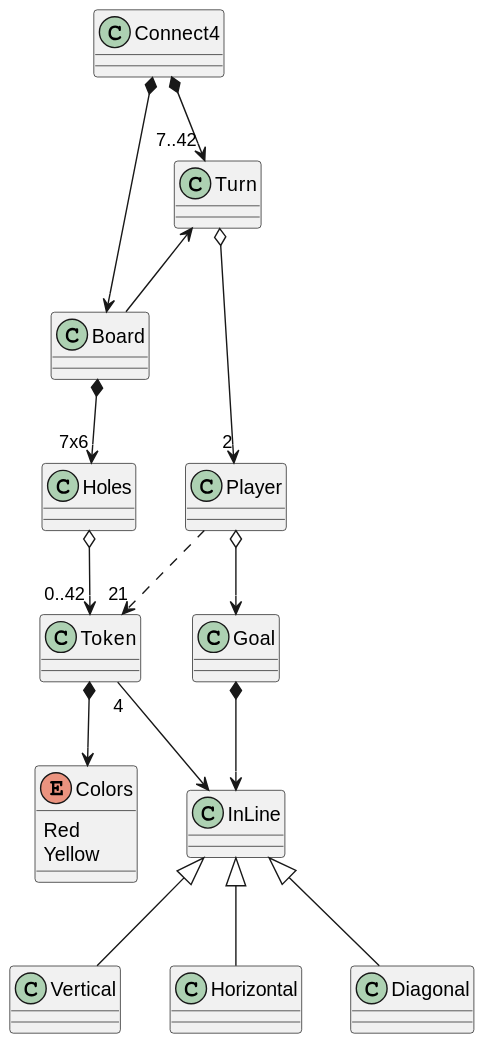
Above: out/UML/domainModel/domainModel.svg in jumpering/connect4 (PlantUML), before the change.
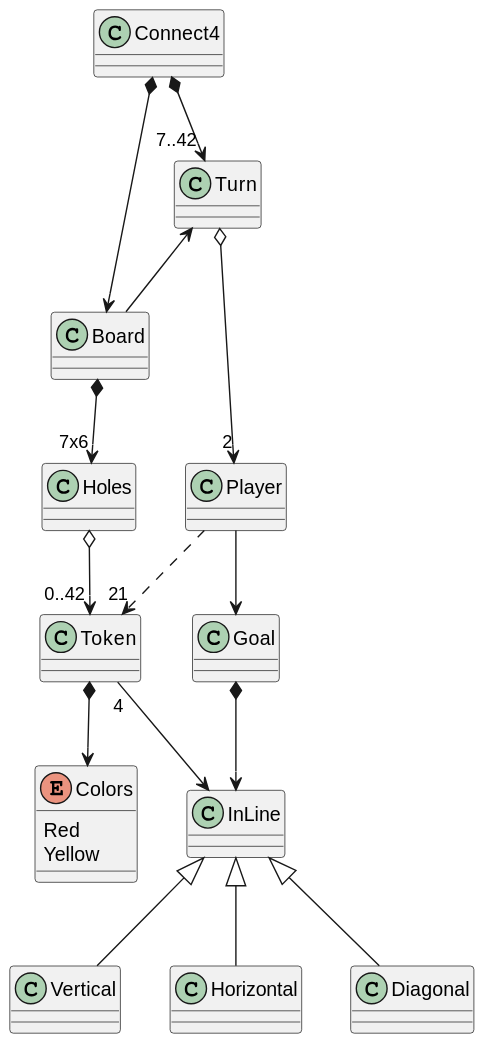
After the change.

Change to the diagram source:
```diff
@@ -14,7 +14,7 @@
 
 Connect4 *--> Board
 Connect4 *--> "7..42" Turn
-Player o--> Goal
+Player --> Goal
 
 Goal *--> InLine
 
```
